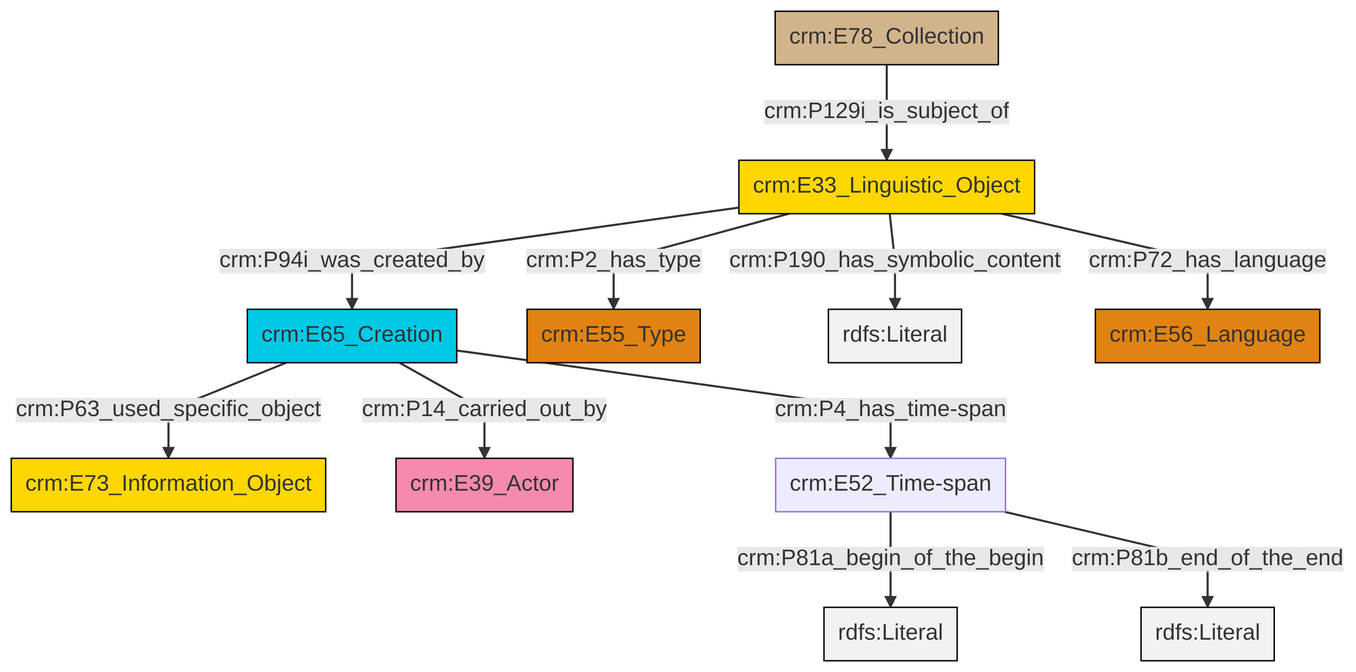
The Mermaid diagram et/archivalCSV/ttl/mmd/png/archival_desc.png in swiss-art-research-net/docs.swissartresearch, before a commit. Its source is kept beside it as et/archivalCSV/ttl/mmd/archival_desc.ttl.mmd.
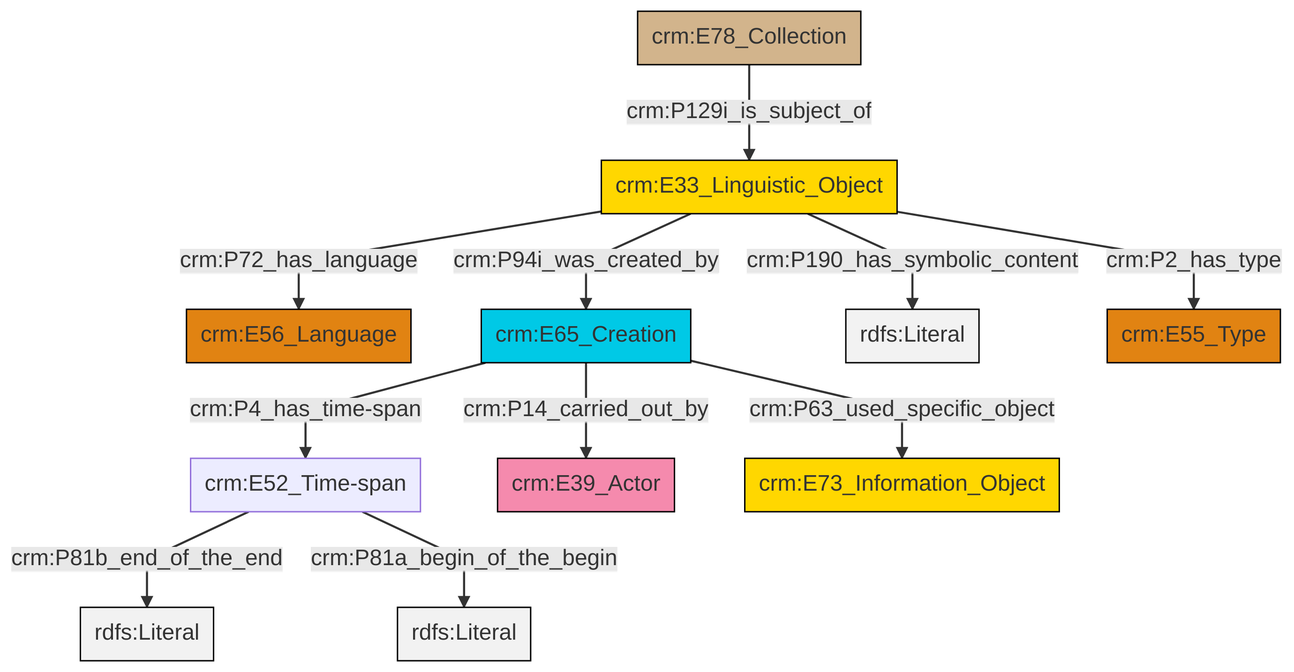
Later version of the same file.

Diff of the diagram source:
```diff
@@ -13,13 +13,13 @@
 classDef PC_Classes fill:#4ce600, stroke:#000000;
 classDef Multi fill:#cccccc,stroke:#000000;
 
-2["crm:E65_Creation"]:::Temporal_Entity -->|crm:P14_carried_out_by| 3["crm:E39_Actor"]:::Actor
-2["crm:E65_Creation"]:::Temporal_Entity -->|crm:P4_has_time-span| 4["crm:E52_Time-span"]:::Default
-7["crm:E33_Linguistic_Object"]:::Conceptual_Object -->|crm:P190_has_symbolic_content| 8[rdfs:Literal]:::Literal
-12["crm:E78_Collection"]:::Physical_Thing -->|crm:P129i_is_subject_of| 7["crm:E33_Linguistic_Object"]:::Conceptual_Object
-4["crm:E52_Time-span"]:::Default -->|crm:P81a_begin_of_the_begin| 13[rdfs:Literal]:::Literal
-7["crm:E33_Linguistic_Object"]:::Conceptual_Object -->|crm:P72_has_language| 9["crm:E56_Language"]:::Type
-7["crm:E33_Linguistic_Object"]:::Conceptual_Object -->|crm:P2_has_type| 5["crm:E55_Type"]:::Type
-2["crm:E65_Creation"]:::Temporal_Entity -->|crm:P63_used_specific_object| 0["crm:E73_Information_Object"]:::Conceptual_Object
-4["crm:E52_Time-span"]:::Default -->|crm:P81b_end_of_the_end| 18[rdfs:Literal]:::Literal
-7["crm:E33_Linguistic_Object"]:::Conceptual_Object -->|crm:P94i_was_created_by| 2["crm:E65_Creation"]:::Temporal_Entity
+0["crm:E33_Linguistic_Object"]:::Conceptual_Object -->|crm:P94i_was_created_by| 4["crm:E65_Creation"]:::Temporal_Entity
+5["crm:E52_Time-span"]:::Default -->|crm:P81b_end_of_the_end| 6[rdfs:Literal]:::Literal
+4["crm:E65_Creation"]:::Temporal_Entity -->|crm:P14_carried_out_by| 7["crm:E39_Actor"]:::Actor
+0["crm:E33_Linguistic_Object"]:::Conceptual_Object -->|crm:P190_has_symbolic_content| 12[rdfs:Literal]:::Literal
+0["crm:E33_Linguistic_Object"]:::Conceptual_Object -->|crm:P2_has_type| 13["crm:E55_Type"]:::Type
+10["crm:E78_Collection"]:::Physical_Thing -->|crm:P129i_is_subject_of| 0["crm:E33_Linguistic_Object"]:::Conceptual_Object
+4["crm:E65_Creation"]:::Temporal_Entity -->|crm:P4_has_time-span| 5["crm:E52_Time-span"]:::Default
+5["crm:E52_Time-span"]:::Default -->|crm:P81a_begin_of_the_begin| 14[rdfs:Literal]:::Literal
+0["crm:E33_Linguistic_Object"]:::Conceptual_Object -->|crm:P72_has_language| 2["crm:E56_Language"]:::Type
+4["crm:E65_Creation"]:::Temporal_Entity -->|crm:P63_used_specific_object| 15["crm:E73_Information_Object"]:::Conceptual_Object
```
